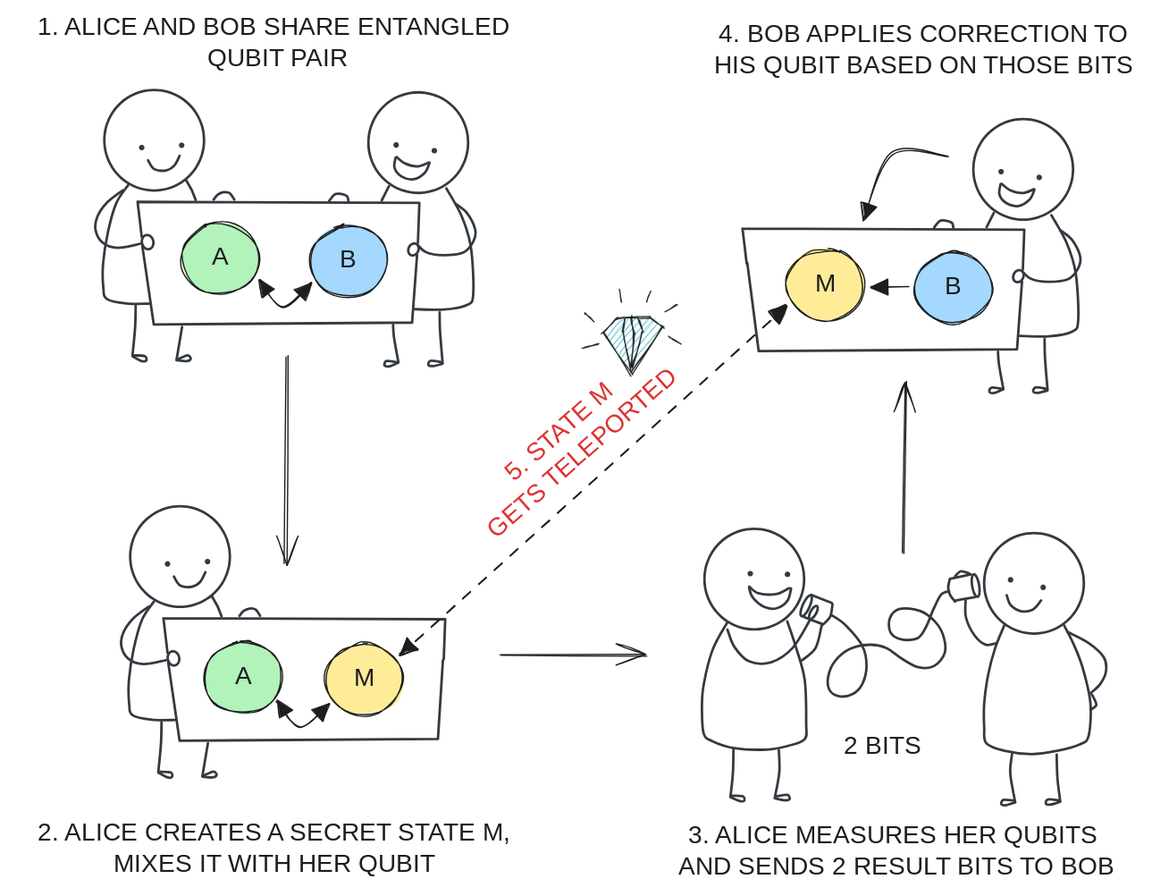
This is ndcoslo-2025/graphics/teleportation2.excalidraw.svg from filipw/filipw.github.io, a Excalidraw export, as it was before one commit. Source tidied: one line per element, renumbered; positions are measured from the earlier drawing's top-left corner, leaving out a move shared by most shapes.
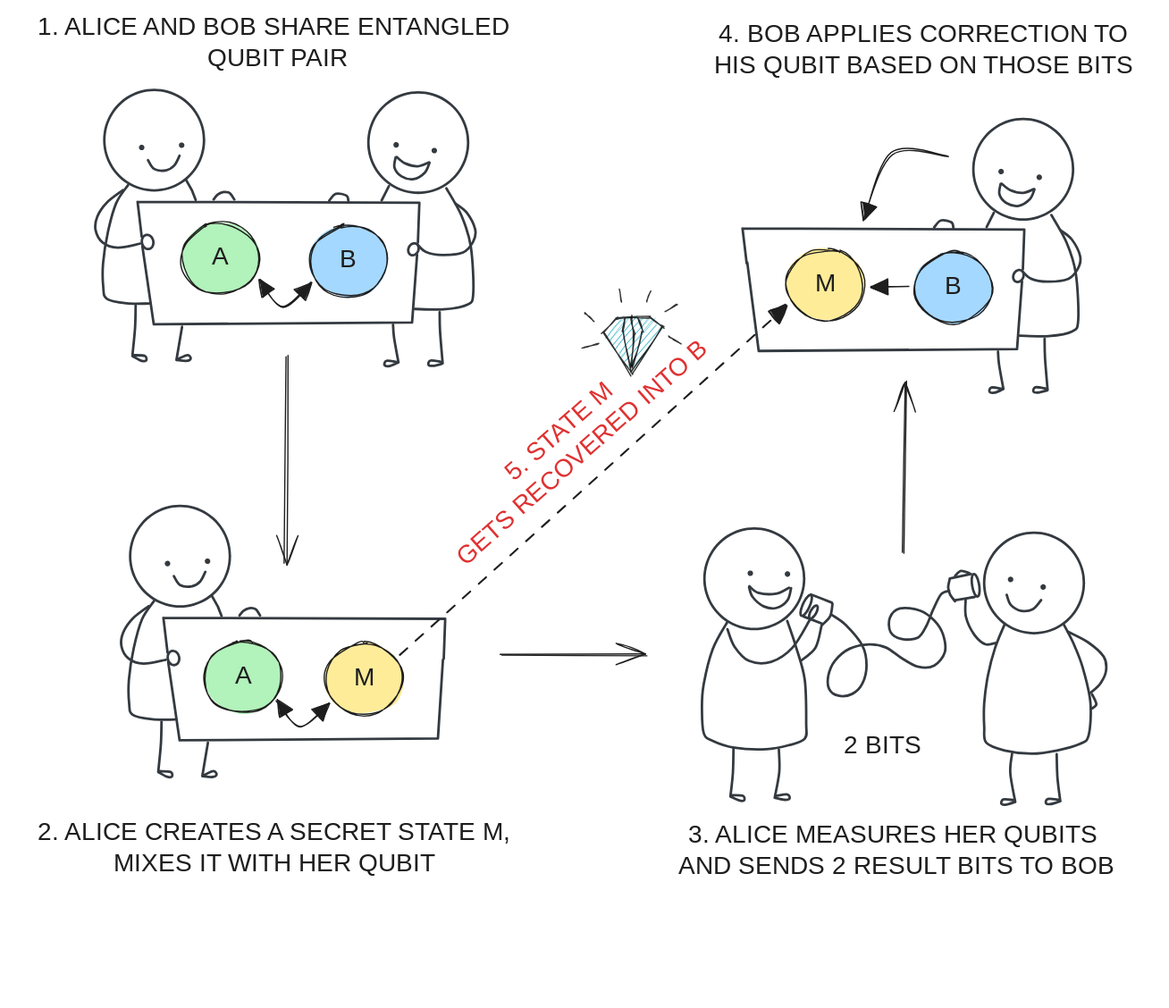
Later version of the same file.

The edit, as a diff of the source:
```diff
@@ -110,8 +110,8 @@
 {"id": 109, "type": "text", "text": "B", "strokeColor": "#1e1e1e", "strokeWidth": 2, "roughness": 1, "fontSize": 20, "fontFamily": 5, "textAlign": "center", "verticalAlign": "middle", "inside": 108, "x": 746, "y": 207, "width": 11, "height": 25}
 {"id": 110, "type": "arrow", "strokeColor": "#1e1e1e", "backgroundColor": "#ffec99", "fillStyle": "solid", "strokeWidth": 1, "roughness": 1, "endArrowhead": "triangle", "round": true, "x": 747, "y": 114, "width": 68, "height": 52, "points": [[0, 0], [-43, -1], [-68, 51]]}
 {"id": 111, "type": "arrow", "strokeColor": "#1e1e1e", "backgroundColor": "#ffec99", "fillStyle": "solid", "strokeWidth": 1, "roughness": 1, "endArrowhead": "triangle", "round": true, "from": 108, "to": 106, "x": 716, "y": 219, "width": 30, "height": 0, "points": [[0, 0], [-30, 0]]}
-{"id": 112, "type": "arrow", "strokeColor": "#1e1e1e", "backgroundColor": "#ffec99", "fillStyle": "solid", "strokeWidth": 1, "strokeStyle": "dashed", "roughness": 1, "startArrowhead": "triangle", "endArrowhead": "triangle", "round": true, "from": 51, "to": 106, "x": 308, "y": 514, "width": 309, "height": 279, "points": [[0, 0], [309, -279]]}
+{"id": 112, "type": "arrow", "strokeColor": "#1e1e1e", "backgroundColor": "#ffec99", "fillStyle": "solid", "strokeWidth": 1, "strokeStyle": "dashed", "roughness": 1, "endArrowhead": "triangle", "round": true, "from": 51, "to": 106, "x": 308, "y": 514, "width": 309, "height": 279, "points": [[0, 0], [309, -279]]}
-{"id": 113, "type": "text", "text": "5. STATE M \nGETS TELEPORTED", "strokeColor": "#e03131", "angle": 5.56, "backgroundColor": "#ffec99", "fillStyle": "solid", "strokeWidth": 1, "strokeStyle": "dashed", "roughness": 1, "fontSize": 20, "fontFamily": 5, "textAlign": "center", "x": 340, "y": 319, "width": 214, "height": 50}
+{"id": 113, "type": "text", "text": "5. STATE M \nGETS RECOVERED INTO B", "strokeColor": "#e03131", "angle": 5.56, "backgroundColor": "#ffec99", "fillStyle": "solid", "strokeWidth": 1, "strokeStyle": "dashed", "roughness": 1, "fontSize": 20, "fontFamily": 5, "textAlign": "center", "x": 307, "y": 319, "width": 282, "height": 50}
 {"id": 114, "type": "arrow", "strokeColor": "#1e1e1e", "backgroundColor": "#a5d8ff", "fillStyle": "solid", "strokeWidth": 1, "roughness": 1, "endArrowhead": "arrow", "round": true, "x": 712, "y": 432, "width": 3, "height": 136, "points": [[0, 0], [3, -136]]}
 {"id": 115, "type": "text", "text": "1. ALICE AND BOB SHARE ENTANGLED \nQUBIT PAIR", "strokeColor": "#1e1e1e", "backgroundColor": "#ffec99", "fillStyle": "solid", "strokeWidth": 1, "strokeStyle": "dashed", "roughness": 1, "fontSize": 20, "fontFamily": 5, "textAlign": "center", "x": 12, "y": 0, "width": 400, "height": 50}
 {"id": 116, "type": "text", "text": "2. ALICE CREATES A SECRET STATE M,\nMIXES IT WITH HER QUBIT", "strokeColor": "#1e1e1e", "backgroundColor": "#ffec99", "fillStyle": "solid", "strokeWidth": 1, "strokeStyle": "dashed", "roughness": 1, "fontSize": 20, "fontFamily": 5, "textAlign": "center", "x": 0, "y": 644, "width": 418, "height": 50}
```
